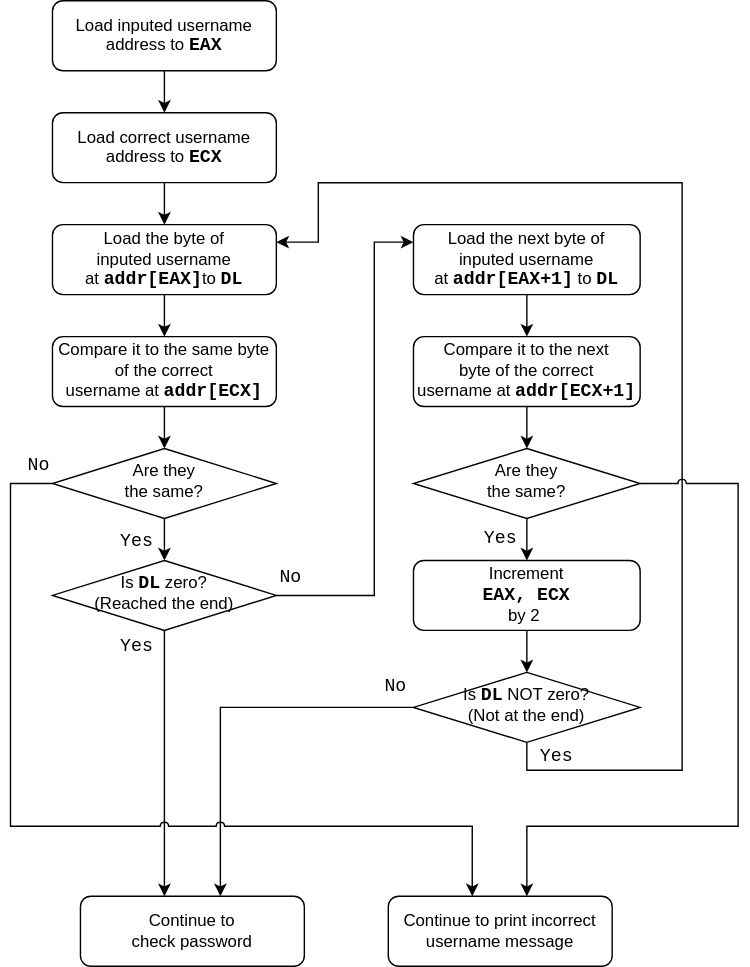
This is Part_1/Diagrams/Check Username.svg from JiachengHou-PnR/CS165_Project_2_Authentication_Bypass, a draw.io export, as it was before one commit. Source tidied: cells renumbered, new cells last; positions are measured from the earlier drawing's top-left corner, leaving out a move shared by most shapes. The source it was exported from:
```xml
<mxGraphModel>
  <root>
    <mxCell id="0" />
    <mxCell id="1" parent="0" />
    <mxCell id="2" style="edgeStyle=orthogonalEdgeStyle;rounded=0;jettySize=auto;html=1;" parent="1" edge="1" source="3" target="5">
      <mxGeometry relative="1" as="geometry" />
    </mxCell>
    <mxCell id="3" value="Load inputed username address to &lt;font face=&quot;Courier New&quot; style=&quot;font-size: 13px&quot;&gt;&lt;b&gt;EAX&lt;/b&gt;&lt;/font&gt;" style="rounded=1;whiteSpace=wrap;html=1;fontSize=12;glass=0;strokeWidth=1;shadow=0;" parent="1" vertex="1">
      <mxGeometry x="30" width="160" height="50" as="geometry" />
    </mxCell>
    <mxCell id="4" style="edgeStyle=orthogonalEdgeStyle;rounded=0;jettySize=auto;html=1;fontFamily=Courier New;fontSize=13;" parent="1" edge="1" source="5" target="7">
      <mxGeometry relative="1" as="geometry" />
    </mxCell>
    <mxCell id="5" value="Load correct username address to &lt;font style=&quot;font-size: 13px&quot; face=&quot;Courier New&quot;&gt;&lt;b&gt;ECX&lt;/b&gt;&lt;/font&gt;" style="rounded=1;whiteSpace=wrap;html=1;fontSize=12;glass=0;strokeWidth=1;shadow=0;" parent="1" vertex="1">
      <mxGeometry x="30" y="80" width="160" height="50" as="geometry" />
    </mxCell>
    <mxCell id="6" style="edgeStyle=orthogonalEdgeStyle;rounded=0;jettySize=auto;html=1;fontFamily=Courier New;fontSize=13;" parent="1" edge="1" source="7" target="19">
      <mxGeometry relative="1" as="geometry" />
    </mxCell>
    <mxCell id="7" value="Load the byte&amp;nbsp;of &lt;br&gt;inputed username at&amp;nbsp;&lt;b&gt;&lt;font face=&quot;Courier New&quot; style=&quot;font-size: 13px&quot;&gt;addr[EAX]&lt;/font&gt;&lt;/b&gt;to &lt;font style=&quot;font-size: 13px&quot; face=&quot;Courier New&quot;&gt;&lt;b&gt;DL&lt;/b&gt;&lt;/font&gt;" style="rounded=1;whiteSpace=wrap;html=1;fontSize=12;glass=0;strokeWidth=1;shadow=0;" parent="1" vertex="1">
      <mxGeometry x="30" y="160" width="160" height="50" as="geometry" />
    </mxCell>
    <mxCell id="8" style="edgeStyle=orthogonalEdgeStyle;rounded=0;jettySize=auto;html=1;fontFamily=Courier New;fontSize=13;entryX=0.5;entryY=0;entryDx=0;entryDy=0;" parent="1" edge="1" source="10" target="17">
      <mxGeometry relative="1" as="geometry" />
    </mxCell>
    <mxCell id="9" value="&lt;font style=&quot;font-size: 13px&quot;&gt;Yes&lt;/font&gt;" style="edgeLabel;html=1;align=center;verticalAlign=middle;fontSize=13;fontFamily=Courier New;" parent="8" vertex="1">
      <mxGeometry x="-0.05" y="-1" relative="1" as="geometry">
        <mxPoint x="-21" y="-1" as="offset" />
      </mxGeometry>
    </mxCell>
    <mxCell id="10" value="Are they &lt;br&gt;the same?" style="rhombus;whiteSpace=wrap;html=1;shadow=0;fontFamily=Helvetica;fontSize=12;align=center;strokeWidth=1;spacing=6;spacingTop=-4;" parent="1" vertex="1">
      <mxGeometry x="30" y="320" width="160" height="50" as="geometry" />
    </mxCell>
    <mxCell id="11" style="edgeStyle=orthogonalEdgeStyle;rounded=0;jettySize=auto;html=1;fontFamily=Courier New;fontSize=13;" parent="1" edge="1" source="12" target="24">
      <mxGeometry relative="1" as="geometry" />
    </mxCell>
    <mxCell id="12" value="Load the next byte of&lt;br&gt;inputed username at&amp;nbsp;&lt;b&gt;&lt;font face=&quot;Courier New&quot; style=&quot;font-size: 13px&quot;&gt;addr[EAX+1]&lt;/font&gt;&lt;/b&gt;&amp;nbsp;to &lt;font style=&quot;font-size: 13px&quot; face=&quot;Courier New&quot;&gt;&lt;b&gt;DL&lt;/b&gt;&lt;/font&gt;" style="rounded=1;whiteSpace=wrap;html=1;fontSize=12;glass=0;strokeWidth=1;shadow=0;" parent="1" vertex="1">
      <mxGeometry x="288" y="160" width="162" height="50" as="geometry" />
    </mxCell>
    <mxCell id="13" style="edgeStyle=orthogonalEdgeStyle;rounded=0;jettySize=auto;html=1;fontFamily=Courier New;fontSize=13;entryX=0;entryY=0.25;entryDx=0;entryDy=0;" parent="1" edge="1" source="17" target="12">
      <mxGeometry relative="1" as="geometry">
        <Array as="points">
          <mxPoint x="260" y="425" />
          <mxPoint x="260" y="173" />
        </Array>
      </mxGeometry>
    </mxCell>
    <mxCell id="14" value="No" style="edgeLabel;html=1;align=center;verticalAlign=middle;fontSize=13;fontFamily=Courier New;" parent="13" vertex="1">
      <mxGeometry x="-0.1" y="-2" relative="1" as="geometry">
        <mxPoint x="-62" y="75" as="offset" />
      </mxGeometry>
    </mxCell>
    <mxCell id="15" style="edgeStyle=orthogonalEdgeStyle;rounded=0;jumpStyle=arc;jumpSize=6;jettySize=auto;html=1;shadow=0;fontFamily=Courier New;fontSize=13;" parent="1" edge="1" source="17" target="27">
      <mxGeometry relative="1" as="geometry">
        <Array as="points">
          <mxPoint x="110" y="590" />
          <mxPoint x="110" y="590" />
        </Array>
      </mxGeometry>
    </mxCell>
    <mxCell id="16" value="Yes" style="edgeLabel;html=1;align=center;verticalAlign=middle;fontSize=13;fontFamily=Courier New;" parent="15" vertex="1">
      <mxGeometry x="-0.75" relative="1" as="geometry">
        <mxPoint x="-20" y="-13" as="offset" />
      </mxGeometry>
    </mxCell>
    <mxCell id="17" value="Is &lt;font face=&quot;Courier New&quot; style=&quot;font-size: 13px&quot;&gt;&lt;b&gt;DL&lt;/b&gt;&lt;/font&gt; zero?&lt;br&gt;(Reached the end)" style="rhombus;whiteSpace=wrap;html=1;shadow=0;fontFamily=Helvetica;fontSize=12;align=center;strokeWidth=1;spacing=6;spacingTop=-4;" parent="1" vertex="1">
      <mxGeometry x="30" y="400" width="160" height="50" as="geometry" />
    </mxCell>
    <mxCell id="18" style="edgeStyle=orthogonalEdgeStyle;rounded=0;jettySize=auto;html=1;fontFamily=Courier New;fontSize=13;" parent="1" edge="1" source="19" target="10">
      <mxGeometry relative="1" as="geometry" />
    </mxCell>
    <mxCell id="19" value="&lt;span&gt;Compare&amp;nbsp;&lt;/span&gt;&lt;span&gt;it to the same byte of the correct username&amp;nbsp;&lt;/span&gt;at&amp;nbsp;&lt;b&gt;&lt;font style=&quot;font-size: 13px&quot; face=&quot;Courier New&quot;&gt;addr[ECX]&lt;/font&gt;&lt;/b&gt;" style="whiteSpace=wrap;html=1;rounded=1;shadow=0;strokeWidth=1;glass=0;" parent="1" vertex="1">
      <mxGeometry x="30" y="240" width="160" height="50" as="geometry" />
    </mxCell>
    <mxCell id="20" style="edgeStyle=orthogonalEdgeStyle;rounded=0;jettySize=auto;html=1;fontFamily=Courier New;fontSize=13;" parent="1" edge="1" source="22" target="26">
      <mxGeometry relative="1" as="geometry" />
    </mxCell>
    <mxCell id="21" value="&lt;font style=&quot;font-size: 13px&quot;&gt;Yes&lt;/font&gt;" style="edgeLabel;html=1;align=center;verticalAlign=middle;fontSize=13;fontFamily=Courier New;" parent="20" vertex="1">
      <mxGeometry x="-0.05" y="-1" relative="1" as="geometry">
        <mxPoint x="-20" y="-3" as="offset" />
      </mxGeometry>
    </mxCell>
    <mxCell id="22" value="Are they &lt;br&gt;the same?" style="rhombus;whiteSpace=wrap;html=1;shadow=0;fontFamily=Helvetica;fontSize=12;align=center;strokeWidth=1;spacing=6;spacingTop=-4;" parent="1" vertex="1">
      <mxGeometry x="288" y="320" width="162" height="50" as="geometry" />
    </mxCell>
    <mxCell id="23" style="edgeStyle=orthogonalEdgeStyle;rounded=0;jettySize=auto;html=1;fontFamily=Courier New;fontSize=13;" parent="1" edge="1" source="24" target="22">
      <mxGeometry relative="1" as="geometry" />
    </mxCell>
    <mxCell id="24" value="&lt;span&gt;Compare&amp;nbsp;&lt;/span&gt;&lt;span&gt;it to the next &lt;br&gt;byte of the correct username&amp;nbsp;&lt;/span&gt;at&amp;nbsp;&lt;b&gt;&lt;font face=&quot;Courier New&quot; style=&quot;font-size: 13px&quot;&gt;addr[ECX+1]&lt;/font&gt;&lt;/b&gt;" style="whiteSpace=wrap;html=1;rounded=1;shadow=0;strokeWidth=1;glass=0;" parent="1" vertex="1">
      <mxGeometry x="288" y="240" width="162" height="50" as="geometry" />
    </mxCell>
    <mxCell id="25" style="edgeStyle=orthogonalEdgeStyle;rounded=0;jettySize=auto;html=1;fontFamily=Courier New;fontSize=13;" parent="1" edge="1" source="26" target="32">
      <mxGeometry relative="1" as="geometry" />
    </mxCell>
    <mxCell id="26" value="Increment &lt;br&gt;&lt;b&gt;&lt;font style=&quot;font-size: 13px&quot; face=&quot;Courier New&quot;&gt;EAX, ECX&lt;/font&gt;&lt;/b&gt; &lt;br&gt;by 2&amp;nbsp;" style="whiteSpace=wrap;html=1;rounded=1;shadow=0;strokeWidth=1;glass=0;" parent="1" vertex="1">
      <mxGeometry x="288" y="400" width="162" height="50" as="geometry" />
    </mxCell>
    <mxCell id="27" value="Continue to &lt;br&gt;check password" style="whiteSpace=wrap;html=1;rounded=1;shadow=0;strokeWidth=1;glass=0;" parent="1" vertex="1">
      <mxGeometry x="50" y="640" width="160" height="50" as="geometry" />
    </mxCell>
    <mxCell id="28" style="edgeStyle=orthogonalEdgeStyle;rounded=0;jettySize=auto;html=1;entryX=1;entryY=0.25;entryDx=0;entryDy=0;fontFamily=Courier New;fontSize=13;exitX=0.5;exitY=1;exitDx=0;exitDy=0;jumpStyle=none;" parent="1" edge="1" source="32" target="7">
      <mxGeometry relative="1" as="geometry">
        <Array as="points">
          <mxPoint x="369" y="550" />
          <mxPoint x="480" y="550" />
          <mxPoint x="480" y="130" />
          <mxPoint x="220" y="130" />
          <mxPoint x="220" y="173" />
        </Array>
      </mxGeometry>
    </mxCell>
    <mxCell id="29" value="Yes" style="edgeLabel;html=1;align=center;verticalAlign=middle;fontSize=13;fontFamily=Courier New;" parent="28" vertex="1">
      <mxGeometry x="-0.95" y="-1" relative="1" as="geometry">
        <mxPoint x="19" y="-11" as="offset" />
      </mxGeometry>
    </mxCell>
    <mxCell id="30" style="edgeStyle=orthogonalEdgeStyle;rounded=0;jettySize=auto;html=1;fontFamily=Courier New;fontSize=13;" parent="1" edge="1" source="32" target="27">
      <mxGeometry relative="1" as="geometry">
        <Array as="points">
          <mxPoint x="150" y="505" />
        </Array>
      </mxGeometry>
    </mxCell>
    <mxCell id="31" value="No" style="edgeLabel;html=1;align=center;verticalAlign=middle;fontSize=13;fontFamily=Courier New;" parent="30" vertex="1">
      <mxGeometry x="-0.07" relative="1" as="geometry">
        <mxPoint x="113" y="-15" as="offset" />
      </mxGeometry>
    </mxCell>
    <mxCell id="32" value="Is &lt;font face=&quot;Courier New&quot; style=&quot;font-size: 13px&quot;&gt;&lt;b&gt;DL&lt;/b&gt;&lt;/font&gt;&amp;nbsp;NOT zero?&lt;br&gt;(Not at the end)" style="rhombus;whiteSpace=wrap;html=1;shadow=0;fontFamily=Helvetica;fontSize=12;align=center;strokeWidth=1;spacing=6;spacingTop=-4;" parent="1" vertex="1">
      <mxGeometry x="288" y="480" width="162" height="50" as="geometry" />
    </mxCell>
    <mxCell id="33" value="Continue to print incorrect &lt;br&gt;username message" style="whiteSpace=wrap;html=1;rounded=1;shadow=0;strokeWidth=1;glass=0;" parent="1" vertex="1">
      <mxGeometry x="270" y="640" width="160" height="50" as="geometry" />
    </mxCell>
    <mxCell id="34" style="edgeStyle=orthogonalEdgeStyle;rounded=0;jettySize=auto;html=1;fontFamily=Courier New;fontSize=13;jumpStyle=arc;jumpSize=6;" parent="1" edge="1" source="22" target="33">
      <mxGeometry relative="1" as="geometry">
        <Array as="points">
          <mxPoint x="520" y="345" />
          <mxPoint x="520" y="590" />
          <mxPoint x="369" y="590" />
        </Array>
      </mxGeometry>
    </mxCell>
    <mxCell id="35" style="edgeStyle=orthogonalEdgeStyle;rounded=0;jumpStyle=arc;jumpSize=6;jettySize=auto;html=1;fontFamily=Courier New;fontSize=13;shadow=0;" parent="1" edge="1" source="10" target="33">
      <mxGeometry relative="1" as="geometry">
        <Array as="points">
          <mxPoint y="345" />
          <mxPoint y="590" />
          <mxPoint x="330" y="590" />
        </Array>
      </mxGeometry>
    </mxCell>
    <mxCell id="36" value="No" style="edgeLabel;html=1;align=center;verticalAlign=middle;fontSize=13;fontFamily=Courier New;" parent="35" vertex="1">
      <mxGeometry x="-0.96" y="-3" relative="1" as="geometry">
        <mxPoint x="4" y="-10" as="offset" />
      </mxGeometry>
    </mxCell>
  </root>
</mxGraphModel>
```
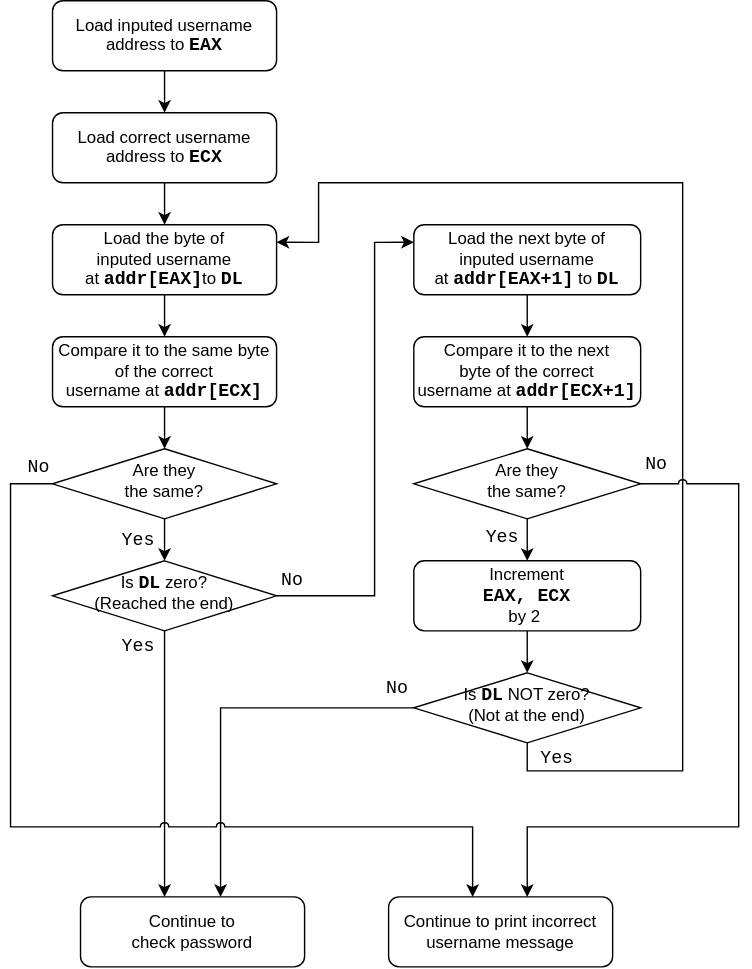
The same file after the commit.

Change to the diagram source:
```diff
@@ -141,6 +141,11 @@
         </Array>
       </mxGeometry>
     </mxCell>
+    <mxCell id="37" value="No" style="edgeLabel;html=1;align=center;verticalAlign=middle;fontSize=13;fontFamily=Courier New;" parent="34" vertex="1">
+      <mxGeometry x="-0.93" relative="1" as="geometry">
+        <mxPoint x="-8" y="-15" as="offset" />
+      </mxGeometry>
+    </mxCell>
     <mxCell id="35" style="edgeStyle=orthogonalEdgeStyle;rounded=0;jumpStyle=arc;jumpSize=6;jettySize=auto;html=1;fontFamily=Courier New;fontSize=13;shadow=0;" parent="1" edge="1" source="10" target="33">
       <mxGeometry relative="1" as="geometry">
         <Array as="points">
```
